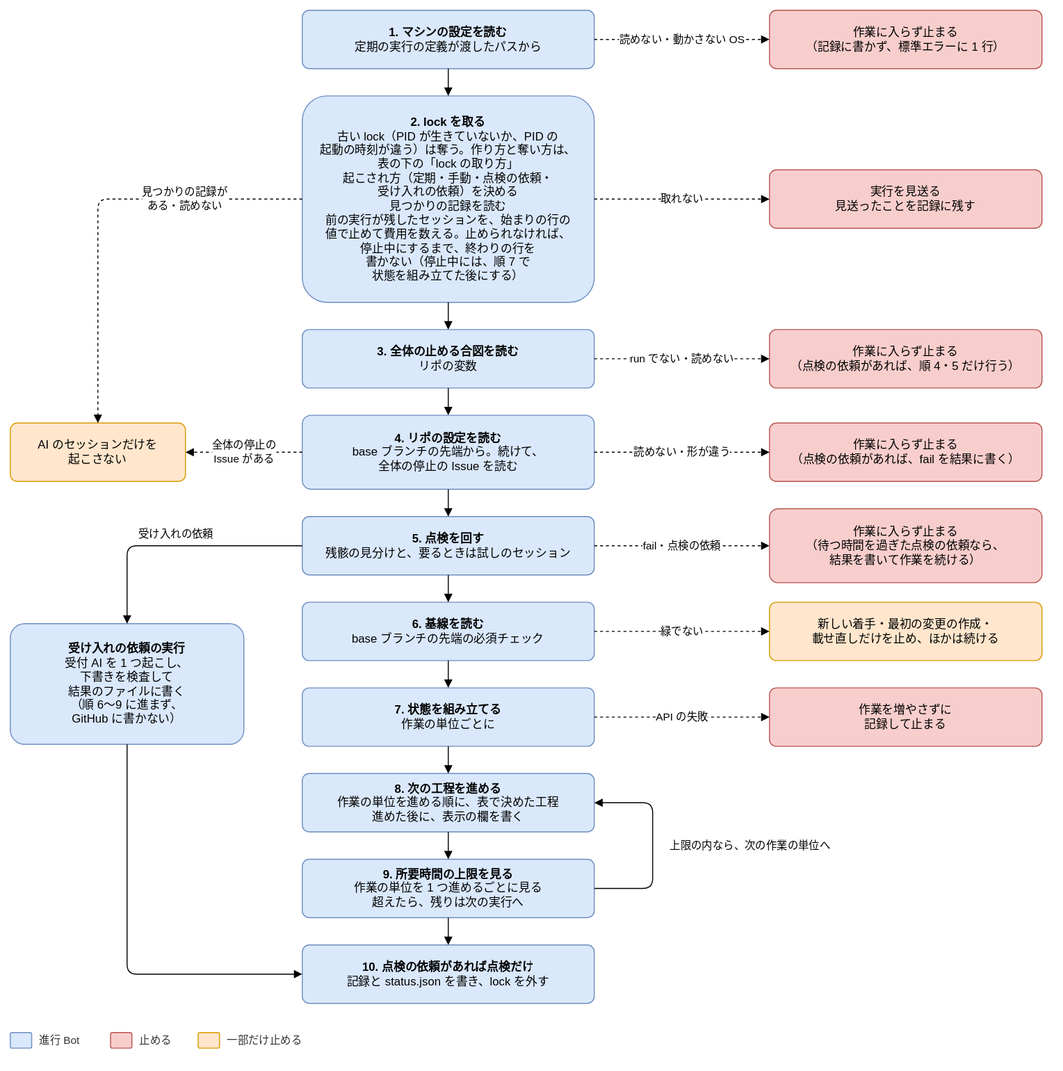
This is docs/design/basic/diagrams/02-run-flow.drawio.svg from Joymerrevent/dev-autopilot, a draw.io export, as it was before one commit. Source tidied: cells renumbered, new cells last; positions are measured from the earlier drawing's top-left corner, leaving out a move shared by most shapes.
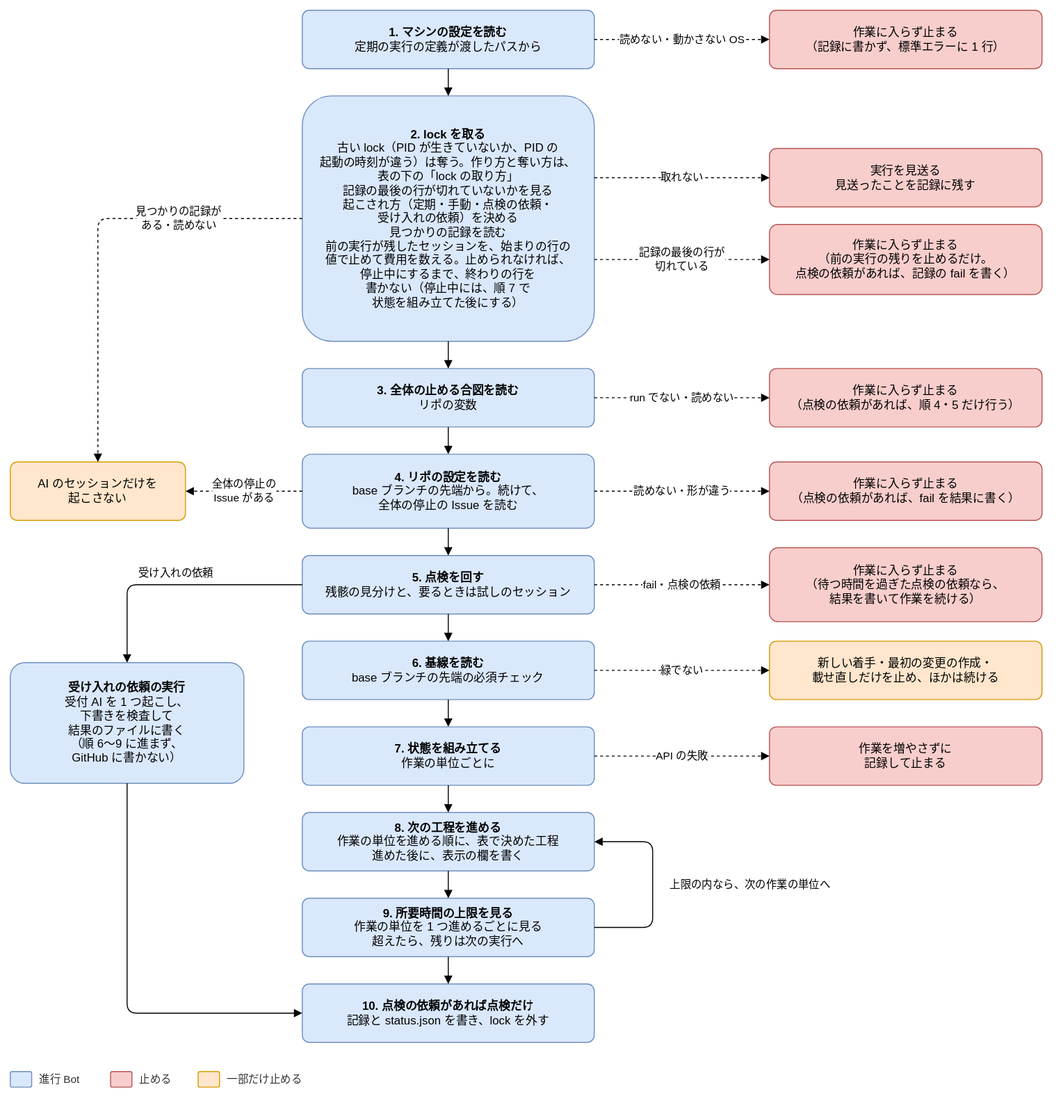
After the commit.

Commit message:
docs(design): 基本設計の図 02 で、着手の前の渡す文の検査と、記録の切れた行の道を描く

詳細設計のレビューの低の直し（1 回目の再レビューの R4-1・R4-2）。

- 02-next-step-before-start：決定の印と着手の条件の間に、渡す文の検査（TEXT-7）と、
  見つかったときの停止中（brief-sensitive）を足す（R4-1）
- 02-run-flow：順 2 に記録の最後の行を見ることを足し、切れていれば作業に入らず止まる線を足す
  （R4-2）

Claude-Session: https://claude.ai/code/session_01LvmXQN14Y95msvojZ6hWNP

What changed in the source:
```diff
@@ -3,26 +3,32 @@
     <mxCell id="0" />
     <mxCell id="1" parent="0" />
     <mxCell id="2" value="&lt;b&gt;1. マシンの設定を読む&lt;/b&gt;&lt;br&gt;定期の実行の定義が渡したパスから" style="rounded=1;whiteSpace=wrap;html=1;fontSize=12;arcSize=12;spacing=12;fillColor=#dae8fc;strokeColor=#6c8ebf;" parent="1" vertex="1">
-      <mxGeometry x="300" width="300" height="60" as="geometry" />
+      <mxGeometry x="300" y="-40" width="300" height="60" as="geometry" />
     </mxCell>
     <mxCell id="3" value="作業に入らず止まる&lt;br&gt;（記録に書かず、標準エラーに 1 行）" style="rounded=1;whiteSpace=wrap;html=1;fontSize=12;arcSize=12;spacing=12;fillColor=#f8cecc;strokeColor=#b85450;" parent="1" vertex="1">
-      <mxGeometry x="780" width="280" height="60" as="geometry" />
+      <mxGeometry x="780" y="-40" width="280" height="60" as="geometry" />
     </mxCell>
     <mxCell id="4" value="読めない・動かさない OS" style="edgeStyle=orthogonalEdgeStyle;rounded=1;html=1;endArrow=block;endFill=1;fontSize=11;labelBackgroundColor=#ffffff;dashed=1;exitX=1;exitY=0.5;exitDx=0;exitDy=0;entryX=0;entryY=0.5;entryDx=0;entryDy=0;" parent="1" edge="1" source="2" target="3">
       <mxGeometry relative="1" as="geometry" />
     </mxCell>
-    <mxCell id="5" value="&lt;b&gt;2. lock を取る&lt;/b&gt;&lt;br&gt;古い lock（PID が生きていないか、PID の&lt;br&gt;起動の時刻が違う）は奪う。作り方と奪い方は、&lt;br&gt;表の下の「lock の取り方」&lt;br&gt;起こされ方（定期・手動・点検の依頼・&lt;br&gt;受け入れの依頼）を決める&lt;br&gt;見つかりの記録を読む&lt;br&gt;前の実行が残したセッションを、始まりの行の&lt;br&gt;値で止めて費用を数える。止められなければ、&lt;br&gt;停止中にするまで、終わりの行を&lt;br&gt;書かない（停止中には、順 7 で&lt;br&gt;状態を組み立てた後にする）" style="rounded=1;whiteSpace=wrap;html=1;fontSize=12;arcSize=12;spacing=12;fillColor=#dae8fc;strokeColor=#6c8ebf;" parent="1" vertex="1">
-      <mxGeometry x="300" y="88" width="300" height="212" as="geometry" />
+    <mxCell id="5" value="&lt;b&gt;2. lock を取る&lt;/b&gt;&lt;br&gt;古い lock（PID が生きていないか、PID の&lt;br&gt;起動の時刻が違う）は奪う。作り方と奪い方は、&lt;br&gt;表の下の「lock の取り方」&lt;br&gt;記録の最後の行が切れていないかを見る&lt;br&gt;起こされ方（定期・手動・点検の依頼・&lt;br&gt;受け入れの依頼）を決める&lt;br&gt;見つかりの記録を読む&lt;br&gt;前の実行が残したセッションを、始まりの行の&lt;br&gt;値で止めて費用を数える。止められなければ、&lt;br&gt;停止中にするまで、終わりの行を&lt;br&gt;書かない（停止中には、順 7 で&lt;br&gt;状態を組み立てた後にする）" style="rounded=1;whiteSpace=wrap;html=1;fontSize=12;arcSize=12;spacing=12;fillColor=#dae8fc;strokeColor=#6c8ebf;" parent="1" vertex="1">
+      <mxGeometry x="300" y="48" width="300" height="252" as="geometry" />
     </mxCell>
     <mxCell id="6" style="edgeStyle=orthogonalEdgeStyle;rounded=1;html=1;endArrow=block;endFill=1;fontSize=11;labelBackgroundColor=#ffffff;exitX=0.5;exitY=1;exitDx=0;exitDy=0;entryX=0.5;entryY=0;entryDx=0;entryDy=0;" parent="1" edge="1" source="2" target="5">
       <mxGeometry relative="1" as="geometry" />
     </mxCell>
     <mxCell id="7" value="実行を見送る&lt;br&gt;見送ったことを記録に残す" style="rounded=1;whiteSpace=wrap;html=1;fontSize=12;arcSize=12;spacing=12;fillColor=#f8cecc;strokeColor=#b85450;" parent="1" vertex="1">
-      <mxGeometry x="780" y="164" width="280" height="60" as="geometry" />
+      <mxGeometry x="780" y="102" width="280" height="60" as="geometry" />
     </mxCell>
-    <mxCell id="8" value="取れない" style="edgeStyle=orthogonalEdgeStyle;rounded=1;html=1;endArrow=block;endFill=1;fontSize=11;labelBackgroundColor=#ffffff;dashed=1;exitX=1;exitY=0.5;exitDx=0;exitDy=0;entryX=0;entryY=0.5;entryDx=0;entryDy=0;" parent="1" edge="1" source="5" target="7">
+    <mxCell id="8" value="取れない" style="edgeStyle=orthogonalEdgeStyle;rounded=1;html=1;endArrow=block;endFill=1;fontSize=11;labelBackgroundColor=#ffffff;dashed=1;exitX=1;exitY=0.3333333333333333;exitDx=0;exitDy=0;entryX=0;entryY=0.5;entryDx=0;entryDy=0;" parent="1" edge="1" source="5" target="7">
       <mxGeometry relative="1" as="geometry" />
     </mxCell>
+    <mxCell id="48" value="作業に入らず止まる&lt;br&gt;（前の実行の残りを止めるだけ。&lt;br&gt;点検の依頼があれば、記録の fail を書く）" style="rounded=1;whiteSpace=wrap;html=1;fontSize=12;arcSize=12;spacing=12;fillColor=#f8cecc;strokeColor=#b85450;" parent="1" vertex="1">
+      <mxGeometry x="780" y="180" width="280" height="72" as="geometry" />
+    </mxCell>
+    <mxCell id="49" value="記録の最後の行が&lt;br&gt;切れている" style="edgeStyle=orthogonalEdgeStyle;rounded=1;html=1;endArrow=block;endFill=1;fontSize=11;labelBackgroundColor=#ffffff;dashed=1;exitX=1;exitY=0.6666666666666666;exitDx=0;exitDy=0;entryX=0;entryY=0.5;entryDx=0;entryDy=0;" parent="1" edge="1" source="5" target="48">
+      <mxGeometry relative="1" as="geometry" />
+    </mxCell>
     <mxCell id="9" value="&lt;b&gt;3. 全体の止める合図を読む&lt;/b&gt;&lt;br&gt;リポの変数" style="rounded=1;whiteSpace=wrap;html=1;fontSize=12;arcSize=12;spacing=12;fillColor=#dae8fc;strokeColor=#6c8ebf;" parent="1" vertex="1">
       <mxGeometry x="300" y="328" width="300" height="60" as="geometry" />
     </mxCell>
```
